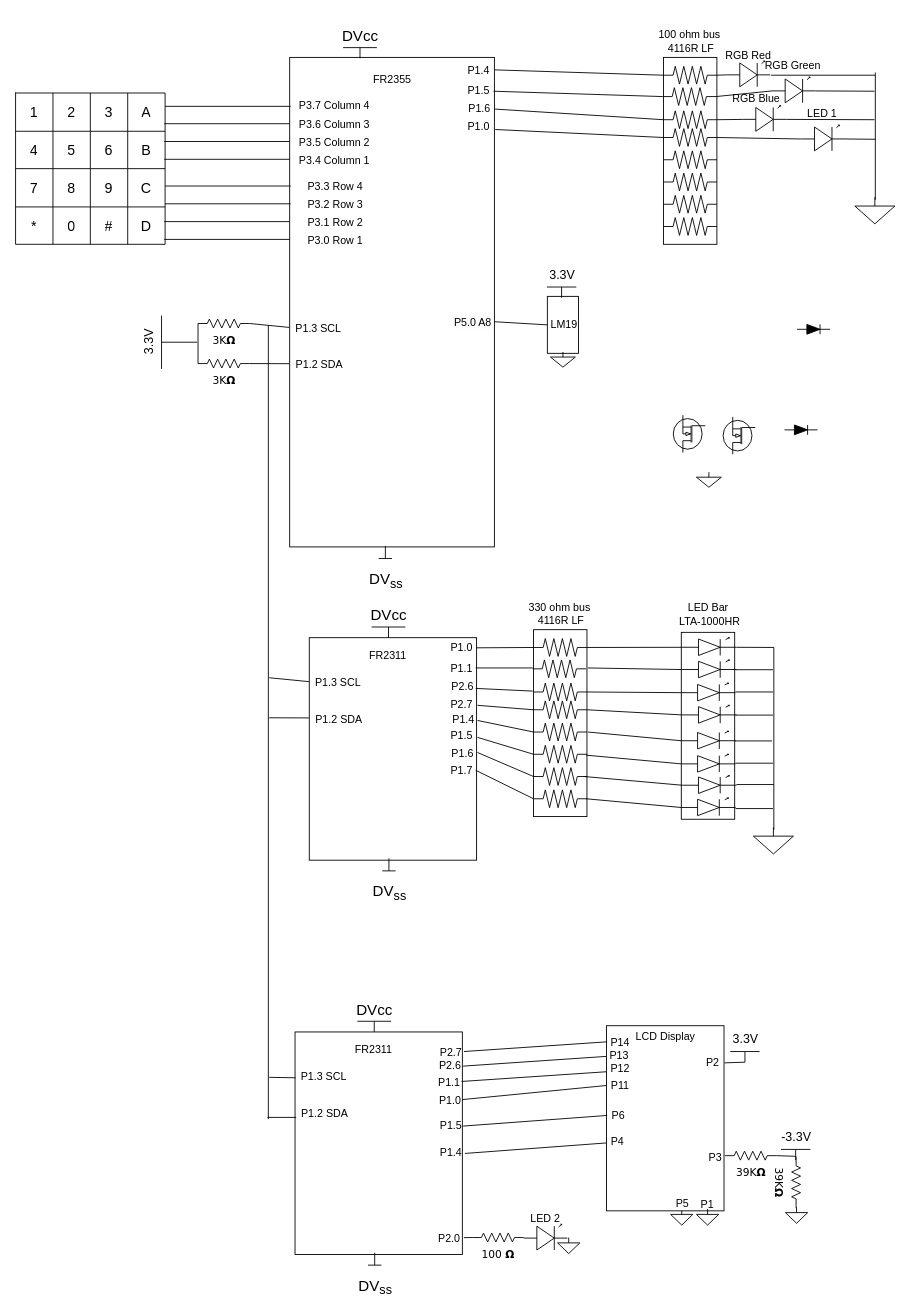
msu-eele-465/project6-bob-erik keeps this draw.io diagram as Documentation/Project6Circuit.drawio. Above is the earlier version. Source tidied: cells renumbered, new cells numbered last; positions are measured from the earlier drawing's top-left corner, leaving out a move shared by most shapes. Both pictures are drawn from the tidied source at 89%, with x=0, y=0 at pixel (15, 22).
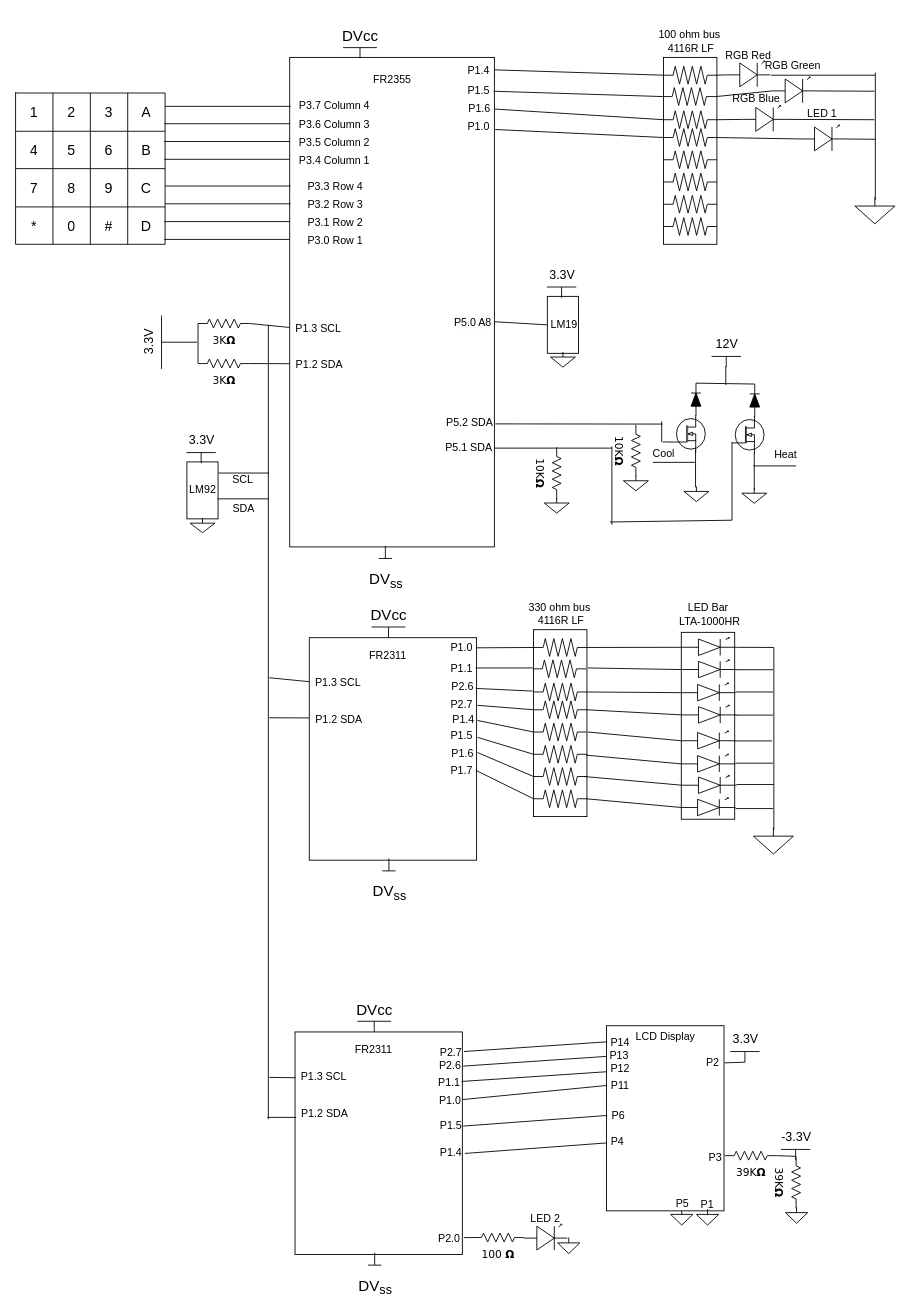
After the change.

Commit message (it also covers changes not shown here):
completed circuit diagram

The change refers to these unchanged cells:
```xml
<mxCell id="85" value="&lt;span style=&quot;color: rgb(0, 0, 0); font-family: Helvetica; font-size: 12px; font-style: normal; font-variant-ligatures: normal; font-variant-caps: normal; font-weight: 400; letter-spacing: normal; orphans: 2; text-align: center; text-indent: 0px; text-transform: none; widows: 2; word-spacing: 0px; -webkit-text-stroke-width: 0px; white-space: nowrap; background-color: rgb(251, 251, 251); text-decoration-thickness: initial; text-decoration-style: initial; text-decoration-color: initial; float: none; display: inline !important;&quot;&gt;P5.0 A8&lt;/span&gt;" style="text;whiteSpace=wrap;html=1;" parent="1" vertex="1">
  <mxGeometry x="491" y="323" width="82" height="28" as="geometry" />
</mxCell>
```

The edit, as a diff of the source:
```diff
@@
-    <mxCell id="86" style="rounded=0;whiteSpace=wrap;html=1;rotation=90;" parent="1" vertex="1">
-      <mxGeometry x="583" y="322" width="64" height="35" as="geometry" />
-    </mxCell>
-    <mxCell id="87" value="LM19" style="text;html=1;align=center;verticalAlign=middle;strokeColor=none;fillColor=none;" parent="1" vertex="1">
-      <mxGeometry x="591" y="326" width="49" height="27" as="geometry" />
-    </mxCell>
-    <mxCell id="88" style="endArrow=none;html=1;rounded=0;exitX=0.573;exitY=0.464;exitDx=0;exitDy=0;exitPerimeter=0;entryX=0.5;entryY=1;entryDx=0;entryDy=0;" parent="1" edge="1" source="85" target="86">
-      <mxGeometry relative="1" as="geometry" />
+    <mxCell id="88" style="endArrow=none;html=1;rounded=0;exitX=0.573;exitY=0.464;exitDx=0;exitDy=0;exitPerimeter=0;entryX=0.5;entryY=1;entryDx=0;entryDy=0;" parent="1" edge="1" source="85">
+      <mxGeometry relative="1" as="geometry">
+        <mxPoint x="597.5" y="339.5" as="targetPoint" />
+      </mxGeometry>
     </mxCell>
-    <mxCell id="89" value="&lt;span style=&quot;font-size: 14px;&quot;&gt;3.3V&lt;/span&gt;" style="verticalLabelPosition=top;verticalAlign=bottom;shape=mxgraph.electrical.signal_sources.vdd;shadow=0;dashed=0;align=center;strokeWidth=1;fontSize=24;html=1;flipV=1;rotation=0;" parent="1" vertex="1">
-      <mxGeometry x="597" y="297" width="33" height="12" as="geometry" />
-    </mxCell>
-    <mxCell id="90" style="verticalLabelPosition=bottom;shadow=0;dashed=0;align=center;html=1;verticalAlign=top;shape=mxgraph.electrical.signal_sources.signal_ground;" parent="1" vertex="1">
-      <mxGeometry x="601" y="370" width="28" height="17" as="geometry" />
-    </mxCell>
@@
-    <mxCell id="203" style="verticalLabelPosition=bottom;shadow=0;dashed=0;align=center;html=1;verticalAlign=top;shape=mxgraph.electrical.mosfets1.n-channel_mosfet_1;rotation=-180;" parent="1" vertex="1">
-      <mxGeometry x="795" y="443" width="36" height="42" as="geometry" />
+    <mxCell id="203" style="verticalLabelPosition=bottom;shadow=0;dashed=0;align=center;html=1;verticalAlign=top;shape=mxgraph.electrical.mosfets1.n-channel_mosfet_1;rotation=0;" parent="1" vertex="1">
+      <mxGeometry x="805" y="442" width="36" height="42" as="geometry" />
     </mxCell>
-    <mxCell id="204" style="verticalLabelPosition=bottom;shadow=0;dashed=0;align=center;html=1;verticalAlign=top;shape=mxgraph.electrical.mosfets1.n-channel_mosfet_1;rotation=-180;" parent="1" vertex="1">
+    <mxCell id="204" style="verticalLabelPosition=bottom;shadow=0;dashed=0;align=center;html=1;verticalAlign=top;shape=mxgraph.electrical.mosfets1.n-channel_mosfet_1;rotation=0;" parent="1" vertex="1">
       <mxGeometry x="739" y="441" width="36" height="42" as="geometry" />
     </mxCell>
-    <mxCell id="205" style="fillColor=strokeColor;verticalLabelPosition=bottom;shadow=0;dashed=0;align=center;html=1;verticalAlign=top;shape=mxgraph.electrical.diodes.diode;" parent="1" vertex="1">
-      <mxGeometry x="878" y="339" width="37" height="11" as="geometry" />
+    <mxCell id="205" style="fillColor=strokeColor;verticalLabelPosition=bottom;shadow=0;dashed=0;align=center;html=1;verticalAlign=top;shape=mxgraph.electrical.diodes.diode;rotation=-90;" parent="1" vertex="1">
+      <mxGeometry x="812" y="419" width="37" height="11" as="geometry" />
     </mxCell>
-    <mxCell id="206" style="fillColor=strokeColor;verticalLabelPosition=bottom;shadow=0;dashed=0;align=center;html=1;verticalAlign=top;shape=mxgraph.electrical.diodes.diode;" parent="1" vertex="1">
-      <mxGeometry x="864" y="452" width="37" height="11" as="geometry" />
+    <mxCell id="206" style="fillColor=strokeColor;verticalLabelPosition=bottom;shadow=0;dashed=0;align=center;html=1;verticalAlign=top;shape=mxgraph.electrical.diodes.diode;rotation=-90;" parent="1" vertex="1">
+      <mxGeometry x="746" y="418" width="37" height="11" as="geometry" />
     </mxCell>
     <mxCell id="207" style="verticalLabelPosition=bottom;shadow=0;dashed=0;align=center;html=1;verticalAlign=top;shape=mxgraph.electrical.signal_sources.signal_ground;" parent="1" vertex="1">
-      <mxGeometry x="765" y="505" width="28" height="17" as="geometry" />
+      <mxGeometry x="683" y="509" width="28" height="17" as="geometry" />
     </mxCell>
+    <mxCell id="208" value="P5.2 SDA" style="text;html=1;align=center;verticalAlign=middle;points=[];strokeColor=none;fillColor=none;" parent="1" vertex="1">
+      <mxGeometry x="474" y="436" width="72" height="27" as="geometry" />
+    </mxCell>
+    <mxCell id="209" style="endArrow=none;html=1;rounded=0;exitX=0.903;exitY=0.547;exitDx=0;exitDy=0;exitPerimeter=0;" parent="1" edge="1" source="208">
+      <mxGeometry relative="1" as="geometry">
+        <mxPoint x="727" y="451" as="targetPoint" />
+      </mxGeometry>
+    </mxCell>
+    <mxCell id="210" style="endArrow=none;html=1;rounded=0;" parent="1" edge="1">
+      <mxGeometry relative="1" as="geometry">
+        <mxPoint x="726" y="471" as="sourcePoint" />
+        <mxPoint x="726" y="448" as="targetPoint" />
+      </mxGeometry>
+    </mxCell>
+    <mxCell id="211" style="endArrow=none;html=1;rounded=0;entryX=0;entryY=0.72;entryDx=0;entryDy=0;entryPerimeter=0;" parent="1" edge="1" target="204">
+      <mxGeometry relative="1" as="geometry">
+        <mxPoint x="727" y="471" as="sourcePoint" />
+      </mxGeometry>
+    </mxCell>
+    <mxCell id="212" value="&lt;span style=&quot;font-size: 14px;&quot;&gt;12V&lt;/span&gt;" style="verticalLabelPosition=top;verticalAlign=bottom;shape=mxgraph.electrical.signal_sources.vdd;shadow=0;dashed=0;align=center;strokeWidth=1;fontSize=24;html=1;flipV=1;rotation=0;" parent="1" vertex="1">
+      <mxGeometry x="782" y="375" width="33" height="12" as="geometry" />
+    </mxCell>
+    <mxCell id="213" style="endArrow=none;html=1;rounded=0;exitX=1;exitY=0.5;exitDx=0;exitDy=0;exitPerimeter=0;entryX=1;entryY=0.5;entryDx=0;entryDy=0;entryPerimeter=0;" parent="1" edge="1" source="206" target="205">
+      <mxGeometry relative="1" as="geometry" />
+    </mxCell>
+    <mxCell id="214" style="endArrow=none;html=1;rounded=0;" parent="1" edge="1">
+      <mxGeometry relative="1" as="geometry">
+        <mxPoint x="798" y="407" as="sourcePoint" />
+        <mxPoint x="798" y="386" as="targetPoint" />
+      </mxGeometry>
+    </mxCell>
+    <mxCell id="215" style="endArrow=none;html=1;rounded=0;" parent="1" edge="1">
+      <mxGeometry relative="1" as="geometry">
+        <mxPoint x="764" y="522" as="sourcePoint" />
+        <mxPoint x="764" y="480" as="targetPoint" />
+      </mxGeometry>
+    </mxCell>
+    <mxCell id="216" style="verticalLabelPosition=bottom;shadow=0;dashed=0;align=center;html=1;verticalAlign=top;shape=mxgraph.electrical.signal_sources.signal_ground;" parent="1" vertex="1">
+      <mxGeometry x="816" y="523" width="28" height="17" as="geometry" />
+    </mxCell>
+    <mxCell id="217" style="endArrow=none;html=1;rounded=0;" parent="1" edge="1">
+      <mxGeometry relative="1" as="geometry">
+        <mxPoint x="830" y="525" as="sourcePoint" />
+        <mxPoint x="830" y="483" as="targetPoint" />
+      </mxGeometry>
+    </mxCell>
+    <mxCell id="218" value="P5.1 SDA" style="text;html=1;align=center;verticalAlign=middle;strokeColor=none;fillColor=none;" parent="1" vertex="1">
+      <mxGeometry x="473" y="464" width="72" height="27" as="geometry" />
+    </mxCell>
+    <mxCell id="219" style="endArrow=none;html=1;rounded=0;exitX=0.903;exitY=0.547;exitDx=0;exitDy=0;exitPerimeter=0;" parent="1" edge="1">
+      <mxGeometry relative="1" as="geometry">
+        <mxPoint x="538" y="478" as="sourcePoint" />
+        <mxPoint x="670" y="478" as="targetPoint" />
+      </mxGeometry>
+    </mxCell>
+    <mxCell id="220" style="endArrow=none;html=1;rounded=0;" parent="1" edge="1">
+      <mxGeometry relative="1" as="geometry">
+        <mxPoint x="670" y="564" as="sourcePoint" />
+        <mxPoint x="670" y="476" as="targetPoint" />
+      </mxGeometry>
+    </mxCell>
+    <mxCell id="221" style="endArrow=none;html=1;rounded=0;" parent="1" edge="1">
+      <mxGeometry relative="1" as="geometry">
+        <mxPoint x="805" y="559" as="sourcePoint" />
+        <mxPoint x="805" y="471" as="targetPoint" />
+      </mxGeometry>
+    </mxCell>
+    <mxCell id="222" style="endArrow=none;html=1;rounded=0;" parent="1" edge="1">
+      <mxGeometry relative="1" as="geometry">
+        <mxPoint x="668" y="561" as="sourcePoint" />
+        <mxPoint x="805" y="559" as="targetPoint" />
+      </mxGeometry>
+    </mxCell>
+    <mxCell id="223" style="endArrow=none;html=1;rounded=0;" parent="1" edge="1">
+      <mxGeometry relative="1" as="geometry">
+        <mxPoint x="716" y="494" as="sourcePoint" />
+        <mxPoint x="764" y="494" as="targetPoint" />
+      </mxGeometry>
+    </mxCell>
+    <mxCell id="224" style="endArrow=none;html=1;rounded=0;" parent="1" edge="1">
+      <mxGeometry relative="1" as="geometry">
+        <mxPoint x="829" y="498" as="sourcePoint" />
+        <mxPoint x="877" y="498" as="targetPoint" />
+      </mxGeometry>
+    </mxCell>
+    <mxCell id="225" value="Cool" style="text;html=1;align=center;verticalAlign=middle;strokeColor=none;fillColor=none;" parent="1" vertex="1">
+      <mxGeometry x="706" y="470" width="44" height="27" as="geometry" />
+    </mxCell>
+    <mxCell id="226" value="Heat" style="text;html=1;align=center;verticalAlign=middle;strokeColor=none;fillColor=none;" parent="1" vertex="1">
+      <mxGeometry x="843" y="472" width="44" height="27" as="geometry" />
+    </mxCell>
+    <mxCell id="227" value="10K&lt;b&gt;Ω&lt;/b&gt;" style="verticalLabelPosition=bottom;shadow=0;dashed=0;align=center;html=1;verticalAlign=top;strokeWidth=1;shape=mxgraph.electrical.resistors.resistor_2;rounded=1;comic=0;labelBackgroundColor=none;fontFamily=Verdana;fontSize=12;rotation=90;" parent="1" vertex="1">
+      <mxGeometry x="579" y="501" width="58" height="10" as="geometry" />
+    </mxCell>
+    <mxCell id="228" value="10K&lt;b&gt;Ω&lt;/b&gt;" style="verticalLabelPosition=bottom;shadow=0;dashed=0;align=center;html=1;verticalAlign=top;strokeWidth=1;shape=mxgraph.electrical.resistors.resistor_2;rounded=1;comic=0;labelBackgroundColor=none;fontFamily=Verdana;fontSize=12;rotation=90;" parent="1" vertex="1">
+      <mxGeometry x="668" y="476" width="58" height="10" as="geometry" />
+    </mxCell>
+    <mxCell id="229" style="verticalLabelPosition=bottom;shadow=0;dashed=0;align=center;html=1;verticalAlign=top;shape=mxgraph.electrical.signal_sources.signal_ground;" parent="1" vertex="1">
+      <mxGeometry x="751" y="521" width="28" height="17" as="geometry" />
+    </mxCell>
+    <mxCell id="230" style="verticalLabelPosition=bottom;shadow=0;dashed=0;align=center;html=1;verticalAlign=top;shape=mxgraph.electrical.signal_sources.signal_ground;" parent="1" vertex="1">
+      <mxGeometry x="594" y="534" width="28" height="17" as="geometry" />
+    </mxCell>
+    <mxCell id="86" style="rounded=0;whiteSpace=wrap;html=1;rotation=90;" parent="1" vertex="1">
+      <mxGeometry x="583" y="322" width="64" height="35" as="geometry" />
+    </mxCell>
+    <mxCell id="87" value="LM19" style="text;html=1;align=center;verticalAlign=middle;strokeColor=none;fillColor=none;" parent="1" vertex="1">
+      <mxGeometry x="591" y="326" width="49" height="27" as="geometry" />
+    </mxCell>
+    <mxCell id="89" value="&lt;span style=&quot;font-size: 14px;&quot;&gt;3.3V&lt;/span&gt;" style="verticalLabelPosition=top;verticalAlign=bottom;shape=mxgraph.electrical.signal_sources.vdd;shadow=0;dashed=0;align=center;strokeWidth=1;fontSize=24;html=1;flipV=1;rotation=0;" parent="1" vertex="1">
+      <mxGeometry x="597" y="297" width="33" height="12" as="geometry" />
+    </mxCell>
+    <mxCell id="90" style="verticalLabelPosition=bottom;shadow=0;dashed=0;align=center;html=1;verticalAlign=top;shape=mxgraph.electrical.signal_sources.signal_ground;" parent="1" vertex="1">
+      <mxGeometry x="601" y="370" width="28" height="17" as="geometry" />
+    </mxCell>
+    <mxCell id="231" style="rounded=0;whiteSpace=wrap;html=1;rotation=90;" parent="1" vertex="1">
+      <mxGeometry x="178" y="508" width="64" height="35" as="geometry" />
+    </mxCell>
+    <mxCell id="232" value="LM92" style="text;html=1;align=center;verticalAlign=middle;strokeColor=none;fillColor=none;" parent="1" vertex="1">
+      <mxGeometry x="185" y="511" width="49" height="27" as="geometry" />
+    </mxCell>
+    <mxCell id="233" value="&lt;span style=&quot;font-size: 14px;&quot;&gt;3.3V&lt;/span&gt;" style="verticalLabelPosition=top;verticalAlign=bottom;shape=mxgraph.electrical.signal_sources.vdd;shadow=0;dashed=0;align=center;strokeWidth=1;fontSize=24;html=1;flipV=1;rotation=0;" parent="1" vertex="1">
+      <mxGeometry x="192" y="483" width="33" height="12" as="geometry" />
+    </mxCell>
+    <mxCell id="234" style="verticalLabelPosition=bottom;shadow=0;dashed=0;align=center;html=1;verticalAlign=top;shape=mxgraph.electrical.signal_sources.signal_ground;" parent="1" vertex="1">
+      <mxGeometry x="196" y="557" width="28" height="16" as="geometry" />
+    </mxCell>
+    <mxCell id="235" style="endArrow=none;html=1;rounded=0;exitX=0.903;exitY=0.547;exitDx=0;exitDy=0;exitPerimeter=0;" parent="1" edge="1">
+      <mxGeometry relative="1" as="geometry">
+        <mxPoint x="228" y="506" as="sourcePoint" />
+        <mxPoint x="285" y="506" as="targetPoint" />
+      </mxGeometry>
+    </mxCell>
+    <mxCell id="236" style="endArrow=none;html=1;rounded=0;exitX=0.903;exitY=0.547;exitDx=0;exitDy=0;exitPerimeter=0;" parent="1" edge="1">
+      <mxGeometry relative="1" as="geometry">
+        <mxPoint x="227" y="535" as="sourcePoint" />
+        <mxPoint x="285" y="535" as="targetPoint" />
+      </mxGeometry>
+    </mxCell>
+    <mxCell id="237" value="SDA" style="text;html=1;align=center;verticalAlign=middle;strokeColor=none;fillColor=none;" parent="1" vertex="1">
+      <mxGeometry x="234" y="532" width="44" height="27" as="geometry" />
+    </mxCell>
+    <mxCell id="238" value="SCL" style="text;html=1;align=center;verticalAlign=middle;strokeColor=none;fillColor=none;" parent="1" vertex="1">
+      <mxGeometry x="234" y="500" width="42" height="27" as="geometry" />
+    </mxCell>
```
